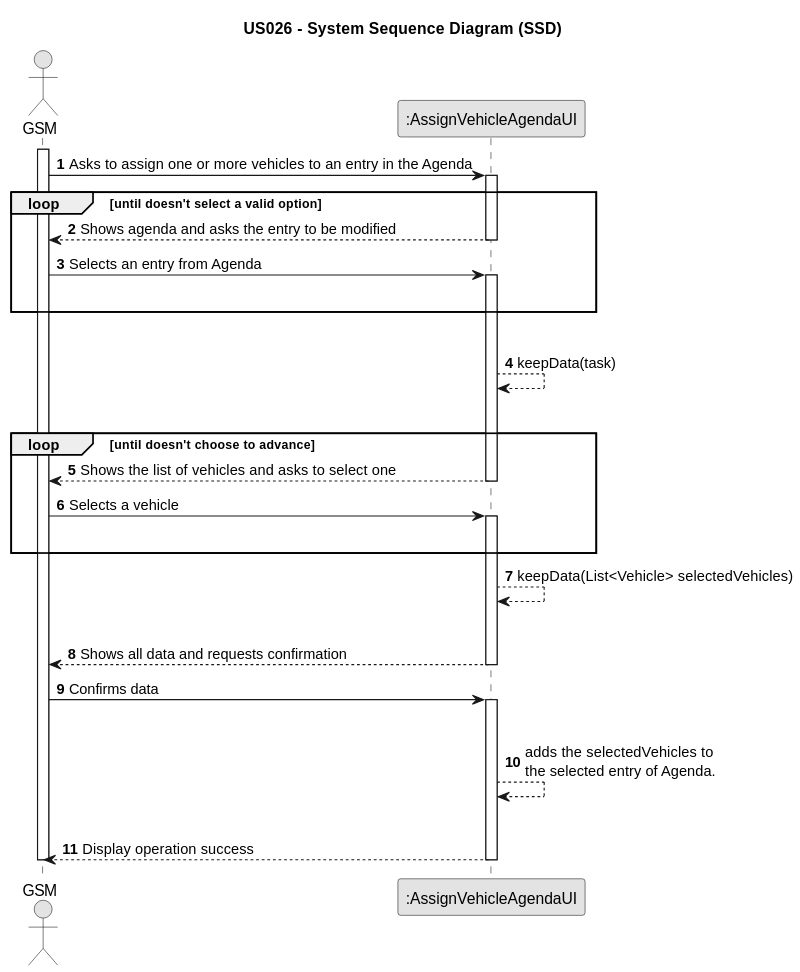
Above: docs/sprintC/us026/01.requirements-engineering/svg/us026-system-sequence-diagram.svg in Rui-San/LAPR2_2023_2024 (PlantUML), before the change.
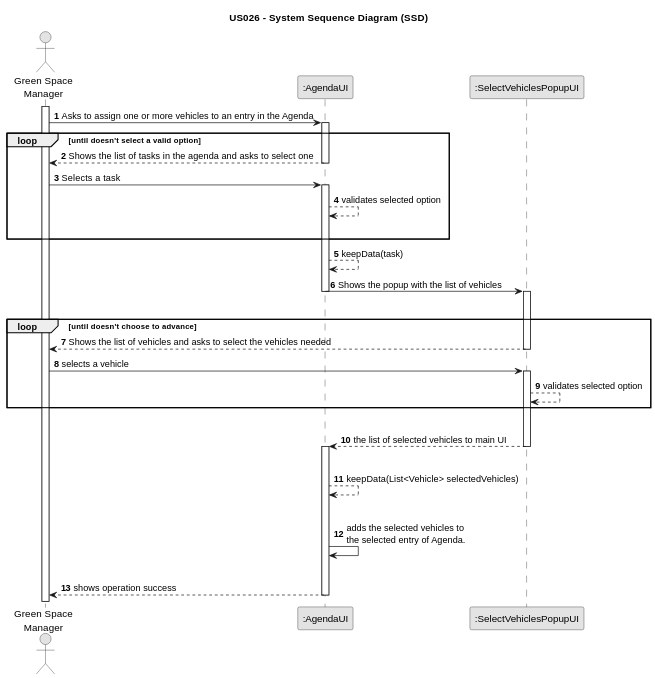
Above is the later version.

Diff of the diagram source:
```diff
@@ -7,63 +7,52 @@
 
 autonumber
 
-actor "GSM" as GSM
-participant ":AssignVehicleAgendaUI" as UI
 
+actor "Green Space\nManager" as GSM
+participant ":AgendaUI" as UI
+participant ":SelectVehiclesPopupUI" as POPUP
 
 activate GSM
 
-    GSM -> UI : Asks to assign one or more vehicles to an entry in the Agenda
-
-
-
-    activate UI
+GSM -> UI: Asks to assign one or more vehicles to an entry in the Agenda
+activate UI
 
     loop until doesn't select a valid option
 
-        UI --> GSM : Shows agenda and asks the entry to be modified
+    UI --> GSM: Shows the list of tasks in the agenda and asks to select one
+deactivate UI
 
-        deactivate UI
+GSM -> UI : Selects a task
+activate UI
+UI --> UI : validates selected option
+|||
+end loop
 
-        GSM -> UI : Selects an entry from Agenda
+    UI --> UI : keepData(task)
 
-        activate UI
-        |||
-        end loop
-        |||
-        UI --> UI : keepData(task)
-        |||
+    UI -> POPUP : Shows the popup with the list of vehicles
+    deactivate UI
+    activate POPUP
+    |||
+    loop until doesn't choose to advance
+    POPUP --> GSM: Shows the list of vehicles and asks to select the vehicles needed
+deactivate POPUP
 
-        loop until doesn't choose to advance
-        UI --> GSM : Shows the list of vehicles and asks to select one
-            deactivate UI
-
-    GSM -> UI : Selects a vehicle
-    activate UI
-        |||
-        end
-
-        UI --> UI : keepData(List<Vehicle> selectedVehicles)
-        |||
-
-        UI --> GSM : Shows all data and requests confirmation
-    deactivate UI
-
-    GSM -> UI: Confirms data
-
-    activate UI
-        |||
-        UI --> UI : adds the selectedVehicles to\nthe selected entry of Agenda.
-        |||
-        UI --> GSM : Display operation success
+GSM -> POPUP : selects a vehicle
+activate POPUP
+POPUP --> POPUP : validates selected option
+end loop
+|||
+POPUP --> UI : the list of selected vehicles to main UI
+deactivate POPUP
+activate UI
+    |||
+    UI --> UI : keepData(List<Vehicle> selectedVehicles)
+    |||
+    UI -> UI : adds the selected vehicles to\nthe selected entry of Agenda.
+    |||
 
 
-    deactivate UI
-
-
-
-
-
-
-deactivate GSM
+    UI --> GSM: shows operation success
+deactivate UI
 @enduml
```
